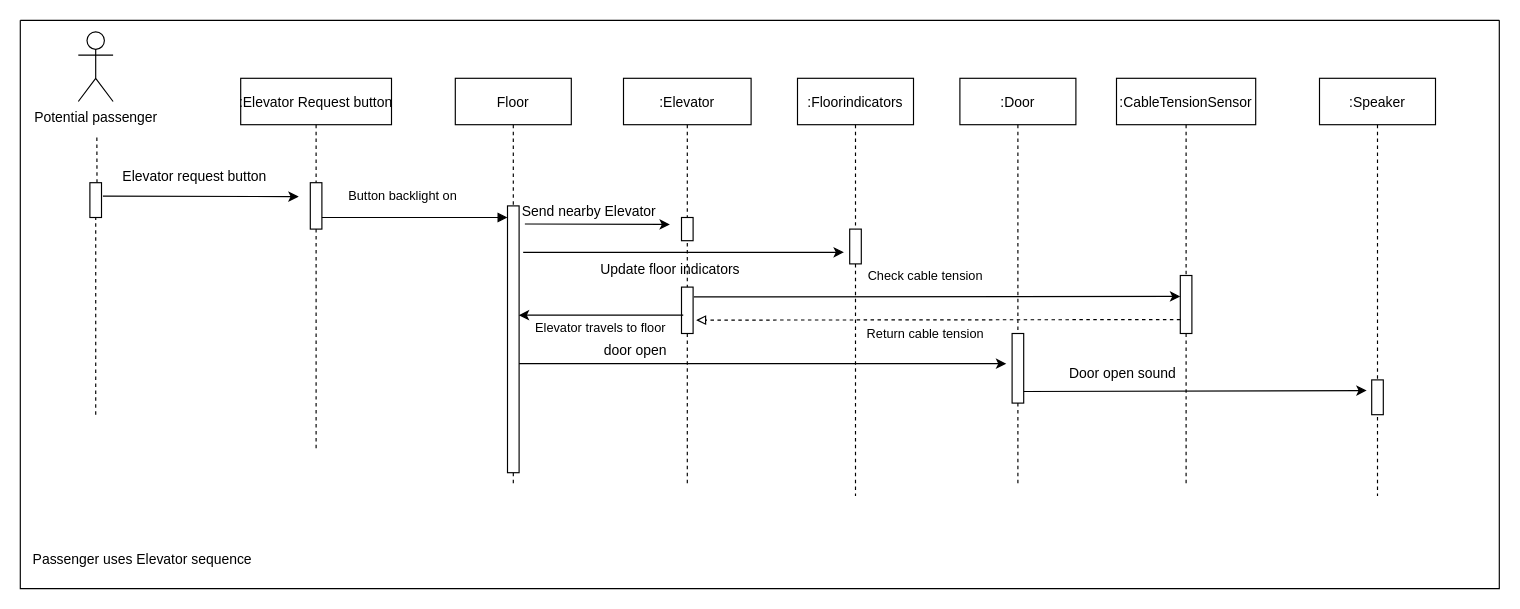
This is Sofware Design/Elevator Challenge/Potential passenger sequence diagram.drawio from TiemonS/Tiemon-Steeghs-Semester-3-Repository, a draw.io file, before an edit. Source tidied: cells renumbered, new cells numbered last; positions are measured from the earlier drawing's top-left corner, leaving out a move shared by most shapes. Both pictures are drawn from the tidied source at 116%, with x=0, y=0 at pixel (20, 20).
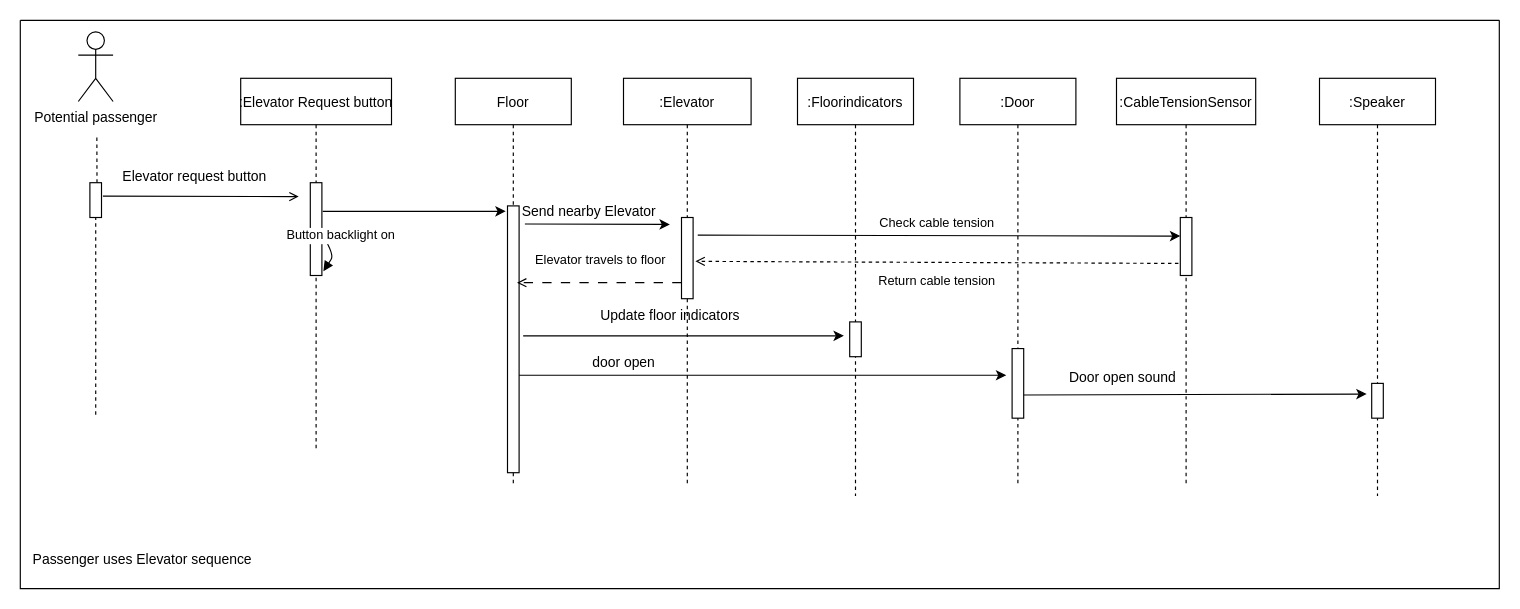
The same diagram, later.

The change refers to these unchanged cells:
```xml
<mxCell id="2" style="swimlane;startSize=0;" parent="1" vertex="1">
  <mxGeometry width="1275" height="490" as="geometry" />
</mxCell>
<mxCell id="4" value=":Door" style="shape=umlLifeline;perimeter=lifelinePerimeter;rounded=0;shadow=0;strokeWidth=1;" parent="2" vertex="1">
  <mxGeometry x="810" y="50" width="100" height="350" as="geometry" />
</mxCell>
<mxCell id="6" value="Floor" style="shape=umlLifeline;perimeter=lifelinePerimeter;rounded=0;shadow=0;strokeWidth=1;" parent="2" vertex="1">
  <mxGeometry x="375" y="50" width="100" height="350" as="geometry" />
</mxCell>
<mxCell id="7" style="points=[];perimeter=orthogonalPerimeter;rounded=0;shadow=0;strokeWidth=1;" parent="6" vertex="1">
  <mxGeometry x="45" y="110" width="10" height="230" as="geometry" />
</mxCell>
<mxCell id="9" value=":Elevator Request button" style="shape=umlLifeline;perimeter=lifelinePerimeter;rounded=0;shadow=0;strokeWidth=1;" parent="2" vertex="1">
  <mxGeometry x="190" y="50" width="130" height="320" as="geometry" />
</mxCell>
<mxCell id="12" value=":CableTensionSensor" style="shape=umlLifeline;perimeter=lifelinePerimeter;rounded=0;shadow=0;strokeWidth=1;" parent="2" vertex="1">
  <mxGeometry x="945" y="50" width="120" height="350" as="geometry" />
</mxCell>
<mxCell id="17" value=":Elevator" style="shape=umlLifeline;perimeter=lifelinePerimeter;rounded=0;shadow=0;strokeWidth=1;" parent="2" vertex="1">
  <mxGeometry x="520" y="50" width="110" height="350" as="geometry" />
</mxCell>
<mxCell id="23" value=":Speaker" style="shape=umlLifeline;perimeter=lifelinePerimeter;rounded=0;shadow=0;strokeWidth=1;" parent="2" vertex="1">
  <mxGeometry x="1120" y="50" width="100" height="360" as="geometry" />
</mxCell>
<mxCell id="25" value=":Floorindicators" style="shape=umlLifeline;perimeter=lifelinePerimeter;rounded=0;shadow=0;strokeWidth=1;" parent="2" vertex="1">
  <mxGeometry x="670" y="50" width="100" height="360" as="geometry" />
</mxCell>
<mxCell id="29" value="Send nearby Elevator" style="text;html=1;align=center;verticalAlign=middle;points=[];strokeColor=none;fillColor=none;" parent="2" vertex="1">
  <mxGeometry x="420" y="150" width="140" height="30" as="geometry" />
</mxCell>
<mxCell id="35" style="points=[];perimeter=orthogonalPerimeter;rounded=0;shadow=0;strokeWidth=1;" parent="2" vertex="1">
  <mxGeometry x="60" y="140" width="10" height="30" as="geometry" />
</mxCell>
```

Change to the diagram source:
```diff
@@
     <mxCell id="5" style="perimeter=orthogonalPerimeter;rounded=0;shadow=0;strokeWidth=1;" parent="4" vertex="1">
-      <mxGeometry x="45" y="220" width="10" height="60" as="geometry" />
+      <mxGeometry x="45" y="233" width="10" height="60" as="geometry" />
     </mxCell>
@@
-    <mxCell id="8" value="Button backlight on" style="verticalAlign=bottom;endArrow=block;entryX=1;entryY=0;shadow=0;strokeWidth=1;" parent="6" edge="1">
-      <mxGeometry x="-0.09" y="10" relative="1" as="geometry">
-        <mxPoint x="-120" y="120" as="sourcePoint" />
-        <mxPoint x="45" y="120" as="targetPoint" />
-      </mxGeometry>
-    </mxCell>
+    <mxCell id="31" style="endArrow=open;html=1;rounded=0;entryX=1.267;entryY=0.353;entryDx=0;entryDy=0;entryPerimeter=0;dashed=1;dashPattern=8 8;endFill=0;" parent="6" edge="1">
+      <mxGeometry relative="1" as="geometry">
+        <mxPoint x="195" y="176.2" as="sourcePoint" />
+        <mxPoint x="53.2" y="176.2" as="targetPoint" />
+      </mxGeometry>
+    </mxCell>
@@
     <mxCell id="10" style="points=[];perimeter=orthogonalPerimeter;rounded=0;shadow=0;strokeWidth=1;" parent="9" vertex="1">
-      <mxGeometry x="60" y="90" width="10" height="40" as="geometry" />
+      <mxGeometry x="60" y="90" width="10" height="80" as="geometry" />
     </mxCell>
+    <mxCell id="8" value="Button backlight on" style="verticalAlign=bottom;endArrow=block;entryX=1.128;entryY=0.791;shadow=0;strokeWidth=1;entryDx=0;entryDy=0;entryPerimeter=0;exitX=1.017;exitY=0.378;exitDx=0;exitDy=0;exitPerimeter=0;" parent="9" edge="1">
+      <mxGeometry x="-0.09" y="10" relative="1" as="geometry">
+        <mxPoint x="70.2" y="133.2" as="sourcePoint" />
+        <mxPoint x="71.3" y="166.3" as="targetPoint" />
+        <Array as="points">
+          <mxPoint x="80" y="153" />
+        </Array>
+      </mxGeometry>
+    </mxCell>
@@
     <mxCell id="13" style="points=[];perimeter=orthogonalPerimeter;rounded=0;shadow=0;strokeWidth=1;" parent="12" vertex="1">
-      <mxGeometry x="55" y="170" width="10" height="50" as="geometry" />
+      <mxGeometry x="55" y="120" width="10" height="50" as="geometry" />
     </mxCell>
     <mxCell id="14" style="endArrow=classic;html=1;rounded=0;entryX=-0.433;entryY=0.306;entryDx=0;entryDy=0;entryPerimeter=0;" parent="12" edge="1" target="24">
       <mxGeometry relative="1" as="geometry">
-        <mxPoint x="-80" y="270" as="sourcePoint" />
+        <mxPoint x="-80" y="273" as="sourcePoint" />
       </mxGeometry>
     </mxCell>
     <mxCell id="15" value="Door open sound" style="text;html=1;align=center;verticalAlign=middle;strokeColor=none;fillColor=none;" parent="12" vertex="1">
-      <mxGeometry x="-55" y="240" width="120" height="30" as="geometry" />
+      <mxGeometry x="-55" y="243" width="120" height="30" as="geometry" />
     </mxCell>
-    <mxCell id="16" style="endArrow=classic;html=1;rounded=0;exitX=1.12;exitY=0.387;exitDx=0;exitDy=0;exitPerimeter=0;" parent="2" edge="1" source="35">
+    <mxCell id="16" style="endArrow=open;html=1;rounded=0;exitX=1.12;exitY=0.387;exitDx=0;exitDy=0;exitPerimeter=0;endFill=0;" parent="2" edge="1" source="35">
       <mxGeometry relative="1" as="geometry">
         <mxPoint x="240" y="152" as="targetPoint" />
       </mxGeometry>
     </mxCell>
@@
     <mxCell id="18" style="points=[];perimeter=orthogonalPerimeter;rounded=0;shadow=0;strokeWidth=1;" parent="17" vertex="1">
-      <mxGeometry x="50" y="120" width="10" height="20" as="geometry" />
+      <mxGeometry x="50" y="120" width="10" height="70" as="geometry" />
     </mxCell>
+    <mxCell id="21" value="door open" style="text;html=1;align=center;verticalAlign=middle;strokeColor=none;fillColor=none;" parent="17" vertex="1">
+      <mxGeometry x="-40" y="230" width="80" height="30" as="geometry" />
+    </mxCell>
     <mxCell id="19" value="Update floor indicators" style="text;html=1;align=center;verticalAlign=middle;strokeColor=none;fillColor=none;" parent="17" vertex="1">
-      <mxGeometry x="-30" y="150" width="140" height="30" as="geometry" />
+      <mxGeometry x="-30" y="190" width="140" height="30" as="geometry" />
     </mxCell>
-    <mxCell id="20" style="points=[];perimeter=orthogonalPerimeter;rounded=0;shadow=0;strokeWidth=1;" parent="17" vertex="1">
-      <mxGeometry x="50" y="180" width="10" height="40" as="geometry" />
-    </mxCell>
-    <mxCell id="21" value="door open" style="text;html=1;align=center;verticalAlign=middle;strokeColor=none;fillColor=none;" parent="17" vertex="1">
-      <mxGeometry x="-30" y="220" width="80" height="30" as="geometry" />
-    </mxCell>
@@
     <mxCell id="24" style="points=[];perimeter=orthogonalPerimeter;rounded=0;shadow=0;strokeWidth=1;" parent="23" vertex="1">
-      <mxGeometry x="45" y="260" width="10" height="30" as="geometry" />
+      <mxGeometry x="45" y="263" width="10" height="30" as="geometry" />
     </mxCell>
@@
     <mxCell id="26" style="perimeter=orthogonalPerimeter;rounded=0;shadow=0;strokeWidth=1;" parent="25" vertex="1">
-      <mxGeometry x="45" y="130" width="10" height="30" as="geometry" />
+      <mxGeometry x="45" y="210" width="10" height="30" as="geometry" />
     </mxCell>
     <mxCell id="27" style="endArrow=classic;html=1;rounded=0;" parent="2" edge="1">
       <mxGeometry relative="1" as="geometry">
-        <mxPoint x="430" y="296" as="sourcePoint" />
-        <mxPoint x="850" y="296" as="targetPoint" />
+        <mxPoint x="430" y="306" as="sourcePoint" />
+        <mxPoint x="850" y="306" as="targetPoint" />
       </mxGeometry>
     </mxCell>
@@
-    <mxCell id="30" style="endArrow=classic;html=1;rounded=0;exitX=1.351;exitY=0.174;exitDx=0;exitDy=0;exitPerimeter=0;" parent="2" edge="1" source="7">
+    <mxCell id="30" style="endArrow=classic;html=1;rounded=0;exitX=1.351;exitY=0.174;exitDx=0;exitDy=0;exitPerimeter=0;" parent="2" edge="1">
       <mxGeometry relative="1" as="geometry">
-        <mxPoint x="710" y="200" as="targetPoint" />
+        <mxPoint x="433.5" y="272" as="sourcePoint" />
+        <mxPoint x="710" y="272" as="targetPoint" />
+        <Array as="points">
+          <mxPoint x="700" y="272" />
+        </Array>
       </mxGeometry>
     </mxCell>
-    <mxCell id="31" style="endArrow=classic;html=1;rounded=0;entryX=1.267;entryY=0.353;entryDx=0;entryDy=0;entryPerimeter=0;" parent="2" edge="1">
-      <mxGeometry relative="1" as="geometry">
-        <mxPoint x="571.5" y="254.2" as="sourcePoint" />
-        <mxPoint x="429.7" y="254.2" as="targetPoint" />
-      </mxGeometry>
-    </mxCell>
     <mxCell id="32" value="&lt;font style=&quot;font-size: 11px;&quot;&gt;Elevator travels to floor&lt;/font&gt;" style="text;html=1;align=center;verticalAlign=middle;strokeColor=none;fillColor=none;" parent="2" vertex="1">
-      <mxGeometry x="430" y="250" width="140" height="30" as="geometry" />
+      <mxGeometry x="430" y="192" width="140" height="30" as="geometry" />
     </mxCell>
@@
-    <mxCell id="36" style="endArrow=classic;html=1;rounded=0;fontSize=11;exitX=1.067;exitY=0.212;exitDx=0;exitDy=0;exitPerimeter=0;" parent="2" edge="1" source="20">
+    <mxCell id="36" style="endArrow=classic;html=1;rounded=0;fontSize=11;exitX=1.4;exitY=0.217;exitDx=0;exitDy=0;exitPerimeter=0;" parent="2" edge="1" source="18">
       <mxGeometry relative="1" as="geometry">
-        <mxPoint x="1000" y="238" as="targetPoint" />
+        <mxPoint x="1000" y="186" as="targetPoint" />
       </mxGeometry>
     </mxCell>
-    <mxCell id="37" style="endArrow=block;html=1;rounded=0;fontSize=11;entryX=1.267;entryY=0.712;entryDx=0;entryDy=0;entryPerimeter=0;dashed=1;endFill=0;" parent="2" edge="1" target="20">
-      <mxGeometry relative="1" as="geometry">
-        <mxPoint x="1000" y="258" as="sourcePoint" />
-      </mxGeometry>
+    <mxCell id="37" style="endArrow=open;html=1;rounded=0;fontSize=11;dashed=1;endFill=0;exitX=-0.162;exitY=0.792;exitDx=0;exitDy=0;exitPerimeter=0;entryX=1.2;entryY=0.54;entryDx=0;entryDy=0;entryPerimeter=0;" parent="2" edge="1" source="13" target="18">
+      <mxGeometry relative="1" as="geometry" />
     </mxCell>
+    <mxCell id="40" style="endArrow=classic;html=1;rounded=0;fontSize=11;exitX=1.072;exitY=0.309;exitDx=0;exitDy=0;exitPerimeter=0;entryX=-0.011;entryY=0.49;entryDx=0;entryDy=0;entryPerimeter=0;" parent="2" edge="1" source="10" target="29">
+      <mxGeometry relative="1" as="geometry" />
+    </mxCell>
-    <mxCell id="38" value="Check cable tension" style="text;html=1;align=center;verticalAlign=middle;strokeColor=none;fillColor=none;fontSize=11;" parent="1" vertex="1">
-      <mxGeometry x="720" y="205" width="120" height="30" as="geometry" />
+    <mxCell id="38" value="Check cable tension" style="text;html=1;align=center;verticalAlign=middle;strokeColor=none;fillColor=none;fontSize=11;" parent="2" vertex="1">
+      <mxGeometry x="730" y="160" width="120" height="30" as="geometry" />
     </mxCell>
-    <mxCell id="39" value="Return cable tension" style="text;html=1;align=center;verticalAlign=middle;strokeColor=none;fillColor=none;fontSize=11;" parent="1" vertex="1">
-      <mxGeometry x="720" y="255" width="120" height="30" as="geometry" />
+    <mxCell id="39" value="Return cable tension" style="text;html=1;align=center;verticalAlign=middle;strokeColor=none;fillColor=none;fontSize=11;" parent="2" vertex="1">
+      <mxGeometry x="730" y="210" width="120" height="30" as="geometry" />
     </mxCell>
```
